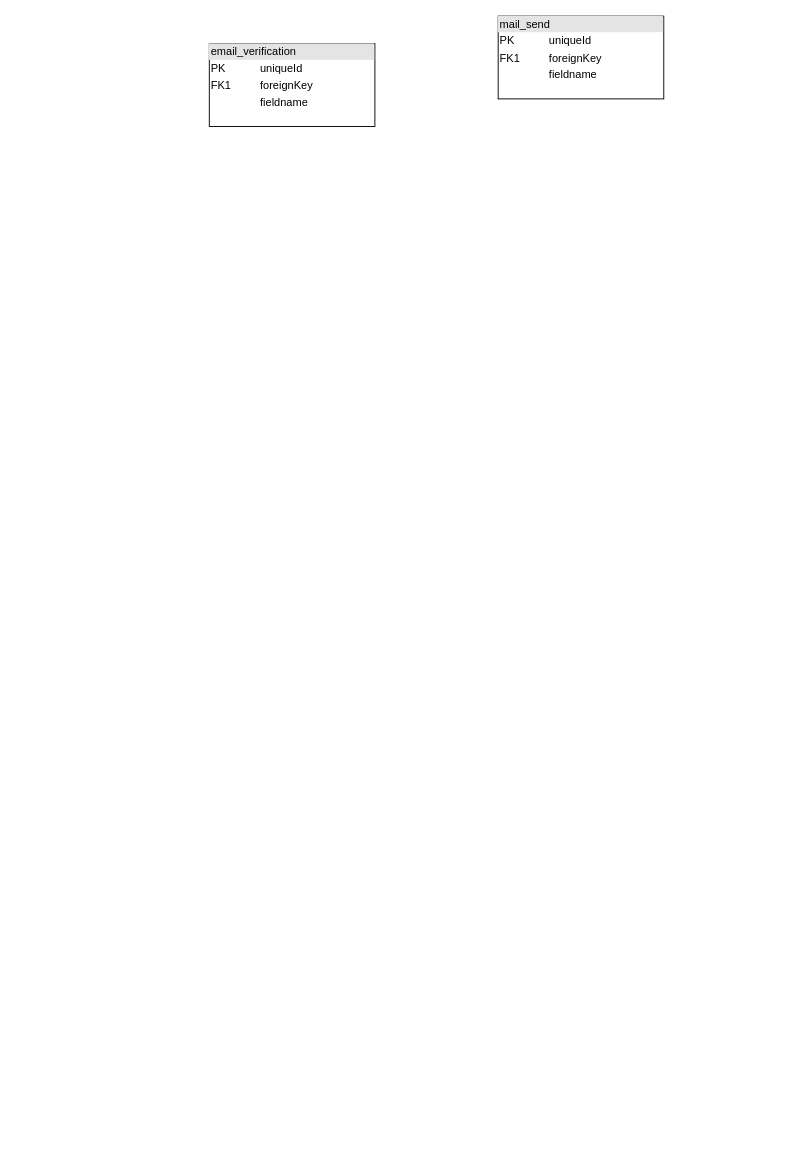
This is Untitled Diagram.drawio from hankdoo/diagram, a draw.io file, before an edit. Source tidied: cells renumbered, new cells numbered last; positions are measured from the earlier drawing's top-left corner, leaving out a move shared by most shapes. Both pictures are drawn from the tidied source at 92%, with x=0, y=0 at pixel (209, 16).
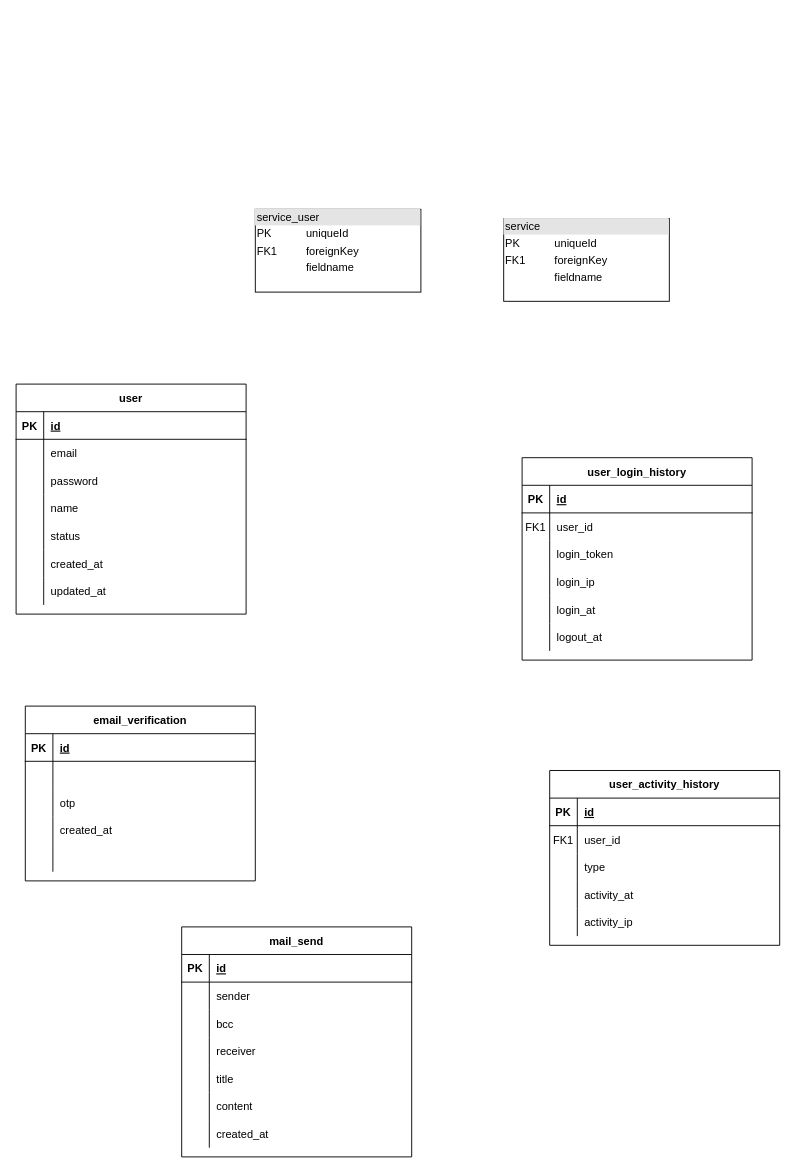
The same diagram, later.

Change to the diagram source:
```diff
@@
-    <mxCell id="2" value="&lt;div style=&quot;box-sizing:border-box;width:100%;background:#e4e4e4;padding:2px;&quot;&gt;email_verification&lt;/div&gt;&lt;table style=&quot;width:100%;font-size:1em;&quot; cellpadding=&quot;2&quot; cellspacing=&quot;0&quot;&gt;&lt;tbody&gt;&lt;tr&gt;&lt;td&gt;PK&lt;/td&gt;&lt;td&gt;uniqueId&lt;/td&gt;&lt;/tr&gt;&lt;tr&gt;&lt;td&gt;FK1&lt;/td&gt;&lt;td&gt;foreignKey&lt;/td&gt;&lt;/tr&gt;&lt;tr&gt;&lt;td&gt;&lt;/td&gt;&lt;td&gt;fieldname&lt;/td&gt;&lt;/tr&gt;&lt;/tbody&gt;&lt;/table&gt;" style="verticalAlign=top;align=left;overflow=fill;html=1;whiteSpace=wrap;" parent="1" vertex="1">
-      <mxGeometry y="30" width="180" height="90" as="geometry" />
-    </mxCell>
-    <mxCell id="3" value="&lt;div style=&quot;box-sizing:border-box;width:100%;background:#e4e4e4;padding:2px;&quot;&gt;mail_send&lt;/div&gt;&lt;table style=&quot;width:100%;font-size:1em;&quot; cellpadding=&quot;2&quot; cellspacing=&quot;0&quot;&gt;&lt;tbody&gt;&lt;tr&gt;&lt;td&gt;PK&lt;/td&gt;&lt;td&gt;uniqueId&lt;/td&gt;&lt;/tr&gt;&lt;tr&gt;&lt;td&gt;FK1&lt;/td&gt;&lt;td&gt;foreignKey&lt;/td&gt;&lt;/tr&gt;&lt;tr&gt;&lt;td&gt;&lt;/td&gt;&lt;td&gt;fieldname&lt;/td&gt;&lt;/tr&gt;&lt;/tbody&gt;&lt;/table&gt;" style="verticalAlign=top;align=left;overflow=fill;html=1;whiteSpace=wrap;" parent="1" vertex="1">
-      <mxGeometry x="314" width="180" height="90" as="geometry" />
-    </mxCell>
+    <mxCell id="4" value="&lt;div style=&quot;box-sizing:border-box;width:100%;background:#e4e4e4;padding:2px;&quot;&gt;service&lt;/div&gt;&lt;table style=&quot;width:100%;font-size:1em;&quot; cellpadding=&quot;2&quot; cellspacing=&quot;0&quot;&gt;&lt;tbody&gt;&lt;tr&gt;&lt;td&gt;PK&lt;/td&gt;&lt;td&gt;uniqueId&lt;/td&gt;&lt;/tr&gt;&lt;tr&gt;&lt;td&gt;FK1&lt;/td&gt;&lt;td&gt;foreignKey&lt;/td&gt;&lt;/tr&gt;&lt;tr&gt;&lt;td&gt;&lt;/td&gt;&lt;td&gt;fieldname&lt;/td&gt;&lt;/tr&gt;&lt;/tbody&gt;&lt;/table&gt;" style="verticalAlign=top;align=left;overflow=fill;html=1;whiteSpace=wrap;" parent="1" vertex="1">
+      <mxGeometry x="320" y="220" width="180" height="90" as="geometry" />
+    </mxCell>
+    <mxCell id="5" value="&lt;div style=&quot;box-sizing:border-box;width:100%;background:#e4e4e4;padding:2px;&quot;&gt;service_user&lt;/div&gt;&lt;table style=&quot;width:100%;font-size:1em;&quot; cellpadding=&quot;2&quot; cellspacing=&quot;0&quot;&gt;&lt;tbody&gt;&lt;tr&gt;&lt;td&gt;PK&lt;/td&gt;&lt;td&gt;uniqueId&lt;/td&gt;&lt;/tr&gt;&lt;tr&gt;&lt;td&gt;FK1&lt;/td&gt;&lt;td&gt;foreignKey&lt;/td&gt;&lt;/tr&gt;&lt;tr&gt;&lt;td&gt;&lt;/td&gt;&lt;td&gt;fieldname&lt;/td&gt;&lt;/tr&gt;&lt;/tbody&gt;&lt;/table&gt;" style="verticalAlign=top;align=left;overflow=fill;html=1;whiteSpace=wrap;" parent="1" vertex="1">
+      <mxGeometry x="50" y="210" width="180" height="90" as="geometry" />
+    </mxCell>
+    <mxCell id="6" value="user_login_history" style="shape=table;startSize=30;childLayout=tableLayout;rowLines=0;fontStyle=1;align=center;" parent="1" vertex="1">
+      <mxGeometry x="340" y="480" width="250" height="220" as="geometry" />
+    </mxCell>
+    <mxCell id="7" style="shape=partialRectangle;fillColor=none;top=0;left=0;right=0;bottom=1;" parent="6" vertex="1">
+      <mxGeometry y="30" width="250" height="30" as="geometry" />
+    </mxCell>
+    <mxCell id="8" value="PK" style="shape=partialRectangle;overflow=hidden;fillColor=none;top=0;left=0;bottom=0;right=0;fontStyle=1;" parent="7" vertex="1">
+      <mxGeometry width="30" height="30" as="geometry" />
+    </mxCell>
+    <mxCell id="9" value="id" style="shape=partialRectangle;overflow=hidden;fillColor=none;top=0;left=0;bottom=0;right=0;align=left;spacingLeft=6;fontStyle=5;" parent="7" vertex="1">
+      <mxGeometry x="30" width="220" height="30" as="geometry" />
+    </mxCell>
+    <mxCell id="10" style="shape=partialRectangle;fillColor=none;top=0;left=0;right=0;bottom=0;" parent="6" vertex="1">
+      <mxGeometry y="60" width="250" height="30" as="geometry" />
+    </mxCell>
+    <mxCell id="11" value="FK1" style="shape=partialRectangle;overflow=hidden;fillColor=none;top=0;left=0;bottom=0;right=0;" parent="10" vertex="1">
+      <mxGeometry width="30" height="30" as="geometry" />
+    </mxCell>
+    <mxCell id="12" value="user_id" style="shape=partialRectangle;overflow=hidden;fillColor=none;top=0;left=0;bottom=0;right=0;align=left;spacingLeft=6;" parent="10" vertex="1">
+      <mxGeometry x="30" width="220" height="30" as="geometry" />
+    </mxCell>
+    <mxCell id="13" style="shape=partialRectangle;fillColor=none;top=0;left=0;right=0;bottom=0;" parent="6" vertex="1">
+      <mxGeometry y="90" width="250" height="30" as="geometry" />
+    </mxCell>
+    <mxCell id="14" style="shape=partialRectangle;overflow=hidden;fillColor=none;top=0;left=0;bottom=0;right=0;" parent="13" vertex="1">
+      <mxGeometry width="30" height="30" as="geometry" />
+    </mxCell>
+    <mxCell id="15" value="login_token" style="shape=partialRectangle;overflow=hidden;fillColor=none;top=0;left=0;bottom=0;right=0;align=left;spacingLeft=6;" parent="13" vertex="1">
+      <mxGeometry x="30" width="220" height="30" as="geometry" />
+    </mxCell>
+    <mxCell id="16" style="shape=partialRectangle;fillColor=none;top=0;left=0;right=0;bottom=0;" parent="6" vertex="1">
+      <mxGeometry y="120" width="250" height="30" as="geometry" />
+    </mxCell>
+    <mxCell id="17" style="shape=partialRectangle;overflow=hidden;fillColor=none;top=0;left=0;bottom=0;right=0;" parent="16" vertex="1">
+      <mxGeometry width="30" height="30" as="geometry" />
+    </mxCell>
+    <mxCell id="18" value="login_ip" style="shape=partialRectangle;overflow=hidden;fillColor=none;top=0;left=0;bottom=0;right=0;align=left;spacingLeft=6;" parent="16" vertex="1">
+      <mxGeometry x="30" width="220" height="30" as="geometry" />
+    </mxCell>
+    <mxCell id="19" style="shape=partialRectangle;fillColor=none;top=0;left=0;right=0;bottom=0;" parent="6" vertex="1">
+      <mxGeometry y="150" width="250" height="30" as="geometry" />
+    </mxCell>
+    <mxCell id="20" style="shape=partialRectangle;overflow=hidden;fillColor=none;top=0;left=0;bottom=0;right=0;" parent="19" vertex="1">
+      <mxGeometry width="30" height="30" as="geometry" />
+    </mxCell>
+    <mxCell id="21" value="login_at" style="shape=partialRectangle;overflow=hidden;fillColor=none;top=0;left=0;bottom=0;right=0;align=left;spacingLeft=6;" parent="19" vertex="1">
+      <mxGeometry x="30" width="220" height="30" as="geometry" />
+    </mxCell>
+    <mxCell id="22" style="shape=partialRectangle;fillColor=none;top=0;left=0;right=0;bottom=0;" parent="6" vertex="1">
+      <mxGeometry y="180" width="250" height="30" as="geometry" />
+    </mxCell>
+    <mxCell id="23" style="shape=partialRectangle;overflow=hidden;fillColor=none;top=0;left=0;bottom=0;right=0;" parent="22" vertex="1">
+      <mxGeometry width="30" height="30" as="geometry" />
+    </mxCell>
+    <mxCell id="24" value="logout_at" style="shape=partialRectangle;overflow=hidden;fillColor=none;top=0;left=0;bottom=0;right=0;align=left;spacingLeft=6;" parent="22" vertex="1">
+      <mxGeometry x="30" width="220" height="30" as="geometry" />
+    </mxCell>
+    <mxCell id="25" value="user_activity_history" style="shape=table;startSize=30;childLayout=tableLayout;rowLines=0;fontStyle=1;align=center;" parent="1" vertex="1">
+      <mxGeometry x="370" y="820" width="250" height="190" as="geometry" />
+    </mxCell>
+    <mxCell id="26" style="shape=partialRectangle;fillColor=none;top=0;left=0;right=0;bottom=1;" parent="25" vertex="1">
+      <mxGeometry y="30" width="250" height="30" as="geometry" />
+    </mxCell>
+    <mxCell id="27" value="PK" style="shape=partialRectangle;overflow=hidden;fillColor=none;top=0;left=0;bottom=0;right=0;fontStyle=1;" parent="26" vertex="1">
+      <mxGeometry width="30" height="30" as="geometry" />
+    </mxCell>
+    <mxCell id="28" value="id" style="shape=partialRectangle;overflow=hidden;fillColor=none;top=0;left=0;bottom=0;right=0;align=left;spacingLeft=6;fontStyle=5;" parent="26" vertex="1">
+      <mxGeometry x="30" width="220" height="30" as="geometry" />
+    </mxCell>
+    <mxCell id="29" style="shape=partialRectangle;fillColor=none;top=0;left=0;right=0;bottom=0;" parent="25" vertex="1">
+      <mxGeometry y="60" width="250" height="30" as="geometry" />
+    </mxCell>
+    <mxCell id="30" value="FK1" style="shape=partialRectangle;overflow=hidden;fillColor=none;top=0;left=0;bottom=0;right=0;" parent="29" vertex="1">
+      <mxGeometry width="30" height="30" as="geometry" />
+    </mxCell>
+    <mxCell id="31" value="user_id" style="shape=partialRectangle;overflow=hidden;fillColor=none;top=0;left=0;bottom=0;right=0;align=left;spacingLeft=6;" parent="29" vertex="1">
+      <mxGeometry x="30" width="220" height="30" as="geometry" />
+    </mxCell>
+    <mxCell id="32" style="shape=partialRectangle;fillColor=none;top=0;left=0;right=0;bottom=0;" parent="25" vertex="1">
+      <mxGeometry y="90" width="250" height="30" as="geometry" />
+    </mxCell>
+    <mxCell id="33" style="shape=partialRectangle;overflow=hidden;fillColor=none;top=0;left=0;bottom=0;right=0;" parent="32" vertex="1">
+      <mxGeometry width="30" height="30" as="geometry" />
+    </mxCell>
+    <mxCell id="34" value="type" style="shape=partialRectangle;overflow=hidden;fillColor=none;top=0;left=0;bottom=0;right=0;align=left;spacingLeft=6;" parent="32" vertex="1">
+      <mxGeometry x="30" width="220" height="30" as="geometry" />
+    </mxCell>
+    <mxCell id="35" style="shape=partialRectangle;fillColor=none;top=0;left=0;right=0;bottom=0;" parent="25" vertex="1">
+      <mxGeometry y="120" width="250" height="30" as="geometry" />
+    </mxCell>
+    <mxCell id="36" style="shape=partialRectangle;overflow=hidden;fillColor=none;top=0;left=0;bottom=0;right=0;" parent="35" vertex="1">
+      <mxGeometry width="30" height="30" as="geometry" />
+    </mxCell>
+    <mxCell id="37" value="activity_at" style="shape=partialRectangle;overflow=hidden;fillColor=none;top=0;left=0;bottom=0;right=0;align=left;spacingLeft=6;" parent="35" vertex="1">
+      <mxGeometry x="30" width="220" height="30" as="geometry" />
+    </mxCell>
+    <mxCell id="38" style="shape=partialRectangle;fillColor=none;top=0;left=0;right=0;bottom=0;" parent="25" vertex="1">
+      <mxGeometry y="150" width="250" height="30" as="geometry" />
+    </mxCell>
+    <mxCell id="39" style="shape=partialRectangle;overflow=hidden;fillColor=none;top=0;left=0;bottom=0;right=0;" parent="38" vertex="1">
+      <mxGeometry width="30" height="30" as="geometry" />
+    </mxCell>
+    <mxCell id="40" value="activity_ip" style="shape=partialRectangle;overflow=hidden;fillColor=none;top=0;left=0;bottom=0;right=0;align=left;spacingLeft=6;" parent="38" vertex="1">
+      <mxGeometry x="30" width="220" height="30" as="geometry" />
+    </mxCell>
+    <mxCell id="41" value="user" style="shape=table;startSize=30;childLayout=tableLayout;rowLines=0;fontStyle=1;align=center;" parent="1" vertex="1">
+      <mxGeometry x="-210" y="400" width="250" height="250" as="geometry" />
+    </mxCell>
+    <mxCell id="42" style="shape=partialRectangle;fillColor=none;top=0;left=0;right=0;bottom=1;" parent="41" vertex="1">
+      <mxGeometry y="30" width="250" height="30" as="geometry" />
+    </mxCell>
+    <mxCell id="43" value="PK" style="shape=partialRectangle;overflow=hidden;fillColor=none;top=0;left=0;bottom=0;right=0;fontStyle=1;" parent="42" vertex="1">
+      <mxGeometry width="30" height="30" as="geometry" />
+    </mxCell>
+    <mxCell id="44" value="id" style="shape=partialRectangle;overflow=hidden;fillColor=none;top=0;left=0;bottom=0;right=0;align=left;spacingLeft=6;fontStyle=5;" parent="42" vertex="1">
+      <mxGeometry x="30" width="220" height="30" as="geometry" />
+    </mxCell>
+    <mxCell id="45" style="shape=partialRectangle;fillColor=none;top=0;left=0;right=0;bottom=0;" parent="41" vertex="1">
+      <mxGeometry y="60" width="250" height="30" as="geometry" />
+    </mxCell>
+    <mxCell id="46" style="shape=partialRectangle;overflow=hidden;fillColor=none;top=0;left=0;bottom=0;right=0;" parent="45" vertex="1">
+      <mxGeometry width="30" height="30" as="geometry" />
+    </mxCell>
+    <mxCell id="47" value="email" style="shape=partialRectangle;overflow=hidden;fillColor=none;top=0;left=0;bottom=0;right=0;align=left;spacingLeft=6;" parent="45" vertex="1">
+      <mxGeometry x="30" width="220" height="30" as="geometry" />
+    </mxCell>
+    <mxCell id="48" style="shape=partialRectangle;fillColor=none;top=0;left=0;right=0;bottom=0;" parent="41" vertex="1">
+      <mxGeometry y="90" width="250" height="30" as="geometry" />
+    </mxCell>
+    <mxCell id="49" style="shape=partialRectangle;overflow=hidden;fillColor=none;top=0;left=0;bottom=0;right=0;" parent="48" vertex="1">
+      <mxGeometry width="30" height="30" as="geometry" />
+    </mxCell>
+    <mxCell id="50" value="password" style="shape=partialRectangle;overflow=hidden;fillColor=none;top=0;left=0;bottom=0;right=0;align=left;spacingLeft=6;" parent="48" vertex="1">
+      <mxGeometry x="30" width="220" height="30" as="geometry" />
+    </mxCell>
+    <mxCell id="51" style="shape=partialRectangle;fillColor=none;top=0;left=0;right=0;bottom=0;" parent="41" vertex="1">
+      <mxGeometry y="120" width="250" height="30" as="geometry" />
+    </mxCell>
+    <mxCell id="52" style="shape=partialRectangle;overflow=hidden;fillColor=none;top=0;left=0;bottom=0;right=0;" parent="51" vertex="1">
+      <mxGeometry width="30" height="30" as="geometry" />
+    </mxCell>
+    <mxCell id="53" value="name" style="shape=partialRectangle;overflow=hidden;fillColor=none;top=0;left=0;bottom=0;right=0;align=left;spacingLeft=6;" parent="51" vertex="1">
+      <mxGeometry x="30" width="220" height="30" as="geometry" />
+    </mxCell>
+    <mxCell id="54" style="shape=partialRectangle;fillColor=none;top=0;left=0;right=0;bottom=0;" parent="41" vertex="1">
+      <mxGeometry y="150" width="250" height="30" as="geometry" />
+    </mxCell>
+    <mxCell id="55" style="shape=partialRectangle;overflow=hidden;fillColor=none;top=0;left=0;bottom=0;right=0;" parent="54" vertex="1">
+      <mxGeometry width="30" height="30" as="geometry" />
+    </mxCell>
+    <mxCell id="56" value="status" style="shape=partialRectangle;overflow=hidden;fillColor=none;top=0;left=0;bottom=0;right=0;align=left;spacingLeft=6;" parent="54" vertex="1">
+      <mxGeometry x="30" width="220" height="30" as="geometry" />
+    </mxCell>
+    <mxCell id="57" style="shape=partialRectangle;fillColor=none;top=0;left=0;right=0;bottom=0;" parent="41" vertex="1">
+      <mxGeometry y="180" width="250" height="30" as="geometry" />
+    </mxCell>
+    <mxCell id="58" style="shape=partialRectangle;overflow=hidden;fillColor=none;top=0;left=0;bottom=0;right=0;" parent="57" vertex="1">
+      <mxGeometry width="30" height="30" as="geometry" />
+    </mxCell>
+    <mxCell id="59" value="created_at" style="shape=partialRectangle;overflow=hidden;fillColor=none;top=0;left=0;bottom=0;right=0;align=left;spacingLeft=6;" parent="57" vertex="1">
+      <mxGeometry x="30" width="220" height="30" as="geometry" />
+    </mxCell>
+    <mxCell id="60" style="shape=partialRectangle;fillColor=none;top=0;left=0;right=0;bottom=0;" parent="41" vertex="1">
+      <mxGeometry y="210" width="250" height="30" as="geometry" />
+    </mxCell>
+    <mxCell id="61" style="shape=partialRectangle;overflow=hidden;fillColor=none;top=0;left=0;bottom=0;right=0;" parent="60" vertex="1">
+      <mxGeometry width="30" height="30" as="geometry" />
+    </mxCell>
+    <mxCell id="62" value="updated_at" style="shape=partialRectangle;overflow=hidden;fillColor=none;top=0;left=0;bottom=0;right=0;align=left;spacingLeft=6;" parent="60" vertex="1">
+      <mxGeometry x="30" width="220" height="30" as="geometry" />
+    </mxCell>
+    <mxCell id="63" value="email_verification" style="shape=table;startSize=30;childLayout=tableLayout;rowLines=0;fontStyle=1;align=center;" parent="1" vertex="1">
+      <mxGeometry x="-200" y="750" width="250" height="190" as="geometry" />
+    </mxCell>
+    <mxCell id="64" style="shape=partialRectangle;fillColor=none;top=0;left=0;right=0;bottom=1;" parent="63" vertex="1">
+      <mxGeometry y="30" width="250" height="30" as="geometry" />
+    </mxCell>
+    <mxCell id="65" value="PK" style="shape=partialRectangle;overflow=hidden;fillColor=none;top=0;left=0;bottom=0;right=0;fontStyle=1;" parent="64" vertex="1">
+      <mxGeometry width="30" height="30" as="geometry" />
+    </mxCell>
+    <mxCell id="66" value="id" style="shape=partialRectangle;overflow=hidden;fillColor=none;top=0;left=0;bottom=0;right=0;align=left;spacingLeft=6;fontStyle=5;" parent="64" vertex="1">
+      <mxGeometry x="30" width="220" height="30" as="geometry" />
+    </mxCell>
+    <mxCell id="67" style="shape=partialRectangle;fillColor=none;top=0;left=0;right=0;bottom=0;" parent="63" vertex="1">
+      <mxGeometry y="60" width="250" height="30" as="geometry" />
+    </mxCell>
+    <mxCell id="68" style="shape=partialRectangle;overflow=hidden;fillColor=none;top=0;left=0;bottom=0;right=0;" parent="67" vertex="1">
+      <mxGeometry width="30" height="30" as="geometry" />
+    </mxCell>
+    <mxCell id="69" style="shape=partialRectangle;overflow=hidden;fillColor=none;top=0;left=0;bottom=0;right=0;align=left;spacingLeft=6;" parent="67" vertex="1">
+      <mxGeometry x="30" width="220" height="30" as="geometry" />
+    </mxCell>
+    <mxCell id="70" style="shape=partialRectangle;fillColor=none;top=0;left=0;right=0;bottom=0;" parent="63" vertex="1">
+      <mxGeometry y="90" width="250" height="30" as="geometry" />
+    </mxCell>
+    <mxCell id="71" style="shape=partialRectangle;overflow=hidden;fillColor=none;top=0;left=0;bottom=0;right=0;" parent="70" vertex="1">
+      <mxGeometry width="30" height="30" as="geometry" />
+    </mxCell>
+    <mxCell id="72" value="otp" style="shape=partialRectangle;overflow=hidden;fillColor=none;top=0;left=0;bottom=0;right=0;align=left;spacingLeft=6;" parent="70" vertex="1">
+      <mxGeometry x="30" width="220" height="30" as="geometry" />
+    </mxCell>
+    <mxCell id="73" style="shape=partialRectangle;fillColor=none;top=0;left=0;right=0;bottom=0;" parent="63" vertex="1">
+      <mxGeometry y="120" width="250" height="30" as="geometry" />
+    </mxCell>
+    <mxCell id="74" style="shape=partialRectangle;overflow=hidden;fillColor=none;top=0;left=0;bottom=0;right=0;" parent="73" vertex="1">
+      <mxGeometry width="30" height="30" as="geometry" />
+    </mxCell>
+    <mxCell id="75" value="created_at" style="shape=partialRectangle;overflow=hidden;fillColor=none;top=0;left=0;bottom=0;right=0;align=left;spacingLeft=6;" parent="73" vertex="1">
+      <mxGeometry x="30" width="220" height="30" as="geometry" />
+    </mxCell>
+    <mxCell id="76" style="shape=partialRectangle;fillColor=none;top=0;left=0;right=0;bottom=0;" parent="63" vertex="1">
+      <mxGeometry y="150" width="250" height="30" as="geometry" />
+    </mxCell>
+    <mxCell id="77" style="shape=partialRectangle;overflow=hidden;fillColor=none;top=0;left=0;bottom=0;right=0;" parent="76" vertex="1">
+      <mxGeometry width="30" height="30" as="geometry" />
+    </mxCell>
+    <mxCell id="78" style="shape=partialRectangle;overflow=hidden;fillColor=none;top=0;left=0;bottom=0;right=0;align=left;spacingLeft=6;" parent="76" vertex="1">
+      <mxGeometry x="30" width="220" height="30" as="geometry" />
+    </mxCell>
+    <mxCell id="79" value="mail_send" style="shape=table;startSize=30;childLayout=tableLayout;rowLines=0;fontStyle=1;align=center;" parent="1" vertex="1">
+      <mxGeometry x="-30" y="990" width="250" height="250" as="geometry" />
+    </mxCell>
+    <mxCell id="80" style="shape=partialRectangle;fillColor=none;top=0;left=0;right=0;bottom=1;" parent="79" vertex="1">
+      <mxGeometry y="30" width="250" height="30" as="geometry" />
+    </mxCell>
+    <mxCell id="81" value="PK" style="shape=partialRectangle;overflow=hidden;fillColor=none;top=0;left=0;bottom=0;right=0;fontStyle=1;" parent="80" vertex="1">
+      <mxGeometry width="30" height="30" as="geometry" />
+    </mxCell>
+    <mxCell id="82" value="id" style="shape=partialRectangle;overflow=hidden;fillColor=none;top=0;left=0;bottom=0;right=0;align=left;spacingLeft=6;fontStyle=5;" parent="80" vertex="1">
+      <mxGeometry x="30" width="220" height="30" as="geometry" />
+    </mxCell>
+    <mxCell id="83" style="shape=partialRectangle;fillColor=none;top=0;left=0;right=0;bottom=0;" parent="79" vertex="1">
+      <mxGeometry y="60" width="250" height="30" as="geometry" />
+    </mxCell>
+    <mxCell id="84" style="shape=partialRectangle;overflow=hidden;fillColor=none;top=0;left=0;bottom=0;right=0;" parent="83" vertex="1">
+      <mxGeometry width="30" height="30" as="geometry" />
+    </mxCell>
+    <mxCell id="85" value="sender" style="shape=partialRectangle;overflow=hidden;fillColor=none;top=0;left=0;bottom=0;right=0;align=left;spacingLeft=6;" parent="83" vertex="1">
+      <mxGeometry x="30" width="220" height="30" as="geometry" />
+    </mxCell>
+    <mxCell id="86" style="shape=partialRectangle;fillColor=none;top=0;left=0;right=0;bottom=0;" parent="79" vertex="1">
+      <mxGeometry y="90" width="250" height="30" as="geometry" />
+    </mxCell>
+    <mxCell id="87" style="shape=partialRectangle;overflow=hidden;fillColor=none;top=0;left=0;bottom=0;right=0;" parent="86" vertex="1">
+      <mxGeometry width="30" height="30" as="geometry" />
+    </mxCell>
+    <mxCell id="88" value="bcc" style="shape=partialRectangle;overflow=hidden;fillColor=none;top=0;left=0;bottom=0;right=0;align=left;spacingLeft=6;" parent="86" vertex="1">
+      <mxGeometry x="30" width="220" height="30" as="geometry" />
+    </mxCell>
+    <mxCell id="89" style="shape=partialRectangle;fillColor=none;top=0;left=0;right=0;bottom=0;" parent="79" vertex="1">
+      <mxGeometry y="120" width="250" height="30" as="geometry" />
+    </mxCell>
+    <mxCell id="90" style="shape=partialRectangle;overflow=hidden;fillColor=none;top=0;left=0;bottom=0;right=0;" parent="89" vertex="1">
+      <mxGeometry width="30" height="30" as="geometry" />
+    </mxCell>
+    <mxCell id="91" value="receiver" style="shape=partialRectangle;overflow=hidden;fillColor=none;top=0;left=0;bottom=0;right=0;align=left;spacingLeft=6;" parent="89" vertex="1">
+      <mxGeometry x="30" width="220" height="30" as="geometry" />
+    </mxCell>
+    <mxCell id="92" style="shape=partialRectangle;fillColor=none;top=0;left=0;right=0;bottom=0;" parent="79" vertex="1">
+      <mxGeometry y="150" width="250" height="30" as="geometry" />
+    </mxCell>
+    <mxCell id="93" style="shape=partialRectangle;overflow=hidden;fillColor=none;top=0;left=0;bottom=0;right=0;" parent="92" vertex="1">
+      <mxGeometry width="30" height="30" as="geometry" />
+    </mxCell>
+    <mxCell id="94" value="title" style="shape=partialRectangle;overflow=hidden;fillColor=none;top=0;left=0;bottom=0;right=0;align=left;spacingLeft=6;" parent="92" vertex="1">
+      <mxGeometry x="30" width="220" height="30" as="geometry" />
+    </mxCell>
+    <mxCell id="95" style="shape=partialRectangle;fillColor=none;top=0;left=0;right=0;bottom=0;" parent="79" vertex="1">
+      <mxGeometry y="180" width="250" height="30" as="geometry" />
+    </mxCell>
+    <mxCell id="96" style="shape=partialRectangle;overflow=hidden;fillColor=none;top=0;left=0;bottom=0;right=0;" parent="95" vertex="1">
+      <mxGeometry width="30" height="30" as="geometry" />
+    </mxCell>
+    <mxCell id="97" value="content" style="shape=partialRectangle;overflow=hidden;fillColor=none;top=0;left=0;bottom=0;right=0;align=left;spacingLeft=6;" parent="95" vertex="1">
+      <mxGeometry x="30" width="220" height="30" as="geometry" />
+    </mxCell>
+    <mxCell id="98" style="shape=partialRectangle;fillColor=none;top=0;left=0;right=0;bottom=0;" parent="79" vertex="1">
+      <mxGeometry y="210" width="250" height="30" as="geometry" />
+    </mxCell>
+    <mxCell id="99" style="shape=partialRectangle;overflow=hidden;fillColor=none;top=0;left=0;bottom=0;right=0;" parent="98" vertex="1">
+      <mxGeometry width="30" height="30" as="geometry" />
+    </mxCell>
+    <mxCell id="100" value="created_at" style="shape=partialRectangle;overflow=hidden;fillColor=none;top=0;left=0;bottom=0;right=0;align=left;spacingLeft=6;" parent="98" vertex="1">
+      <mxGeometry x="30" width="220" height="30" as="geometry" />
+    </mxCell>
```
